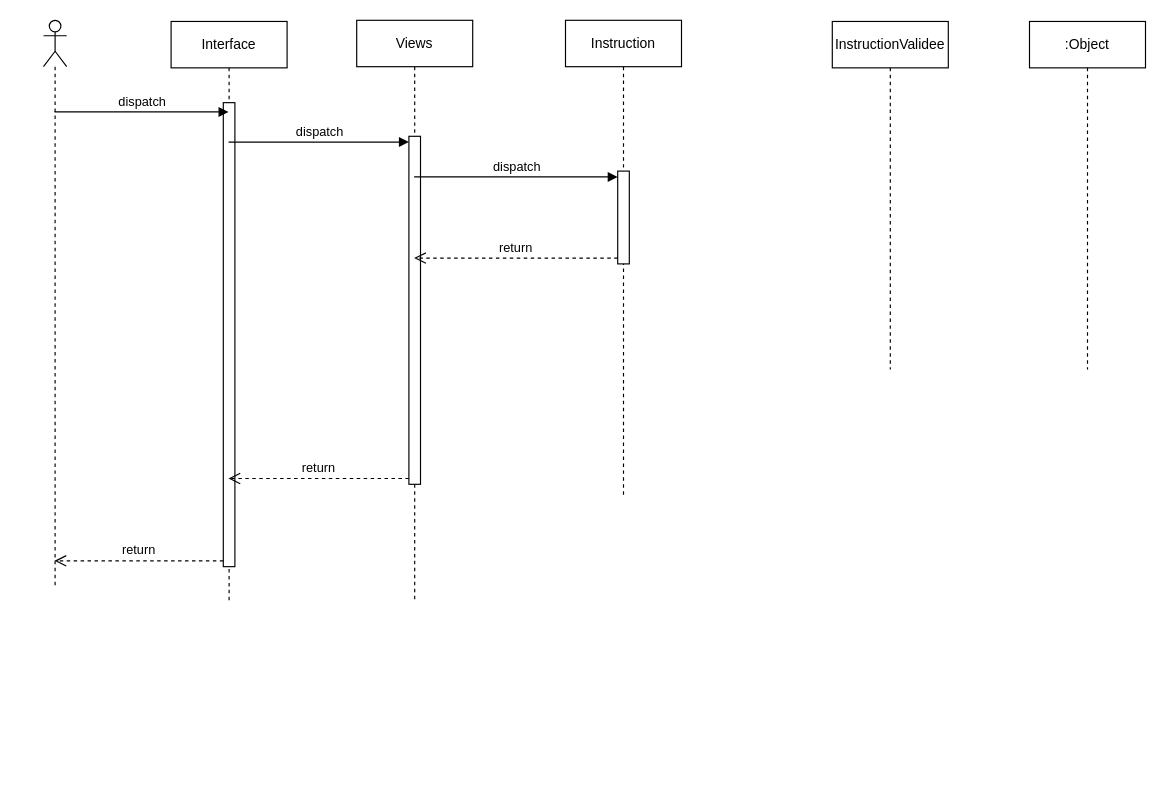
The draw.io diagram seq_consulter_iglob.drawio in CabrelFeukeng/pp, before the edit. Source tidied: cells renumbered, new cells numbered last; positions are measured from the earlier drawing's top-left corner, leaving out a move shared by most shapes. Both pictures are drawn from the tidied source at 116%, with x=0, y=0 at pixel (43, 20).
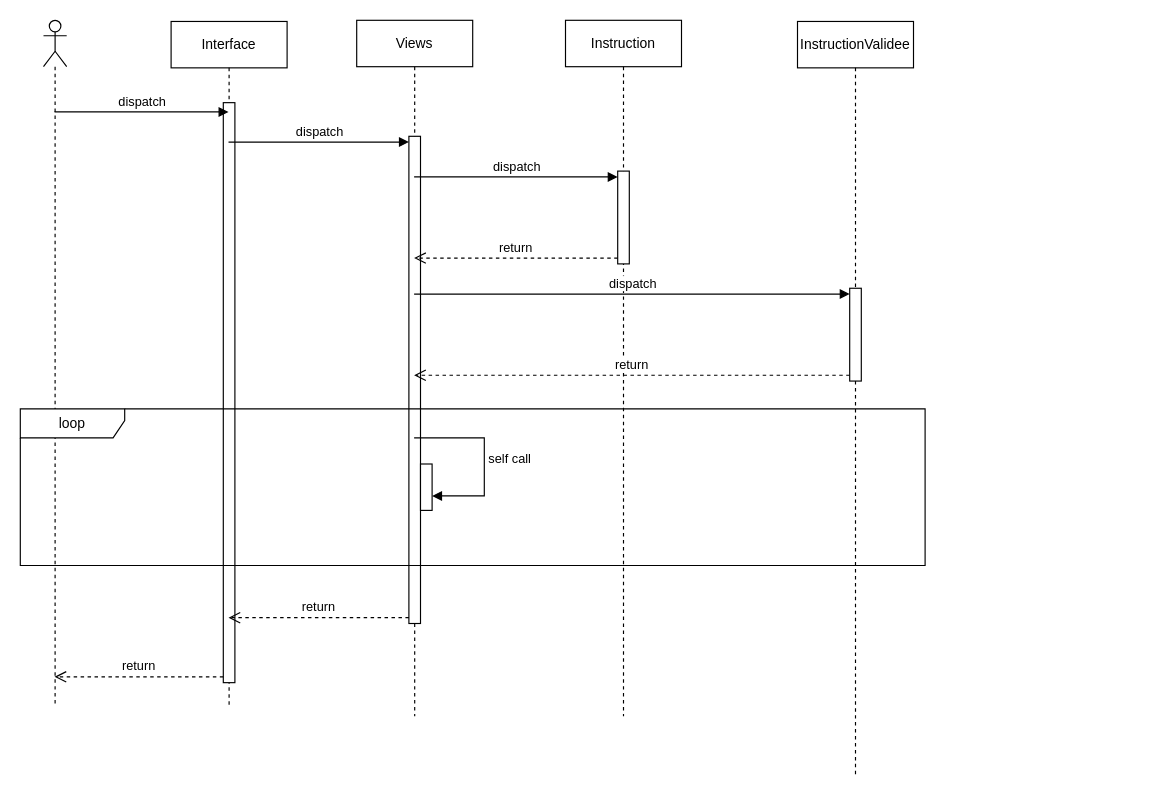
Above is the later version.

Commit message (it also covers changes not shown here):
Mettre à jour seq_consulter_iglob.drawio

What changed in the source:
```diff
@@
     <mxCell id="2" style="shape=umlLifeline;perimeter=lifelinePerimeter;whiteSpace=wrap;html=1;outlineConnect=0;portConstraint=eastwest;newEdgeStyle={&quot;curved&quot;:0,&quot;rounded&quot;:0};participant=umlActor;" parent="1" vertex="1">
-      <mxGeometry width="20" height="490" as="geometry" />
+      <mxGeometry width="20" height="590" as="geometry" />
     </mxCell>
     <mxCell id="3" value="Interface" style="shape=umlLifeline;perimeter=lifelinePerimeter;whiteSpace=wrap;html=1;outlineConnect=0;portConstraint=eastwest;newEdgeStyle={&quot;curved&quot;:0,&quot;rounded&quot;:0};" parent="1" vertex="1">
-      <mxGeometry x="110" y="1" width="100" height="500" as="geometry" />
+      <mxGeometry x="110" y="1" width="100" height="589" as="geometry" />
     </mxCell>
     <mxCell id="4" style="html=1;points=[[0,0,0,0,5],[0,1,0,0,-5],[1,0,0,0,5],[1,1,0,0,-5]];perimeter=orthogonalPerimeter;outlineConnect=0;targetShapes=umlLifeline;portConstraint=eastwest;newEdgeStyle={&quot;curved&quot;:0,&quot;rounded&quot;:0};" parent="3" vertex="1">
-      <mxGeometry x="45" y="70" width="10" height="400" as="geometry" />
+      <mxGeometry x="45" y="70" width="10" height="500" as="geometry" />
     </mxCell>
     <mxCell id="5" value="Views" style="shape=umlLifeline;perimeter=lifelinePerimeter;whiteSpace=wrap;html=1;outlineConnect=0;portConstraint=eastwest;newEdgeStyle={&quot;curved&quot;:0,&quot;rounded&quot;:0};" parent="1" vertex="1">
-      <mxGeometry x="270" width="100" height="500" as="geometry" />
+      <mxGeometry x="270" width="100" height="600" as="geometry" />
     </mxCell>
     <mxCell id="6" style="html=1;points=[[0,0,0,0,5],[0,1,0,0,-5],[1,0,0,0,5],[1,1,0,0,-5]];perimeter=orthogonalPerimeter;outlineConnect=0;targetShapes=umlLifeline;portConstraint=eastwest;newEdgeStyle={&quot;curved&quot;:0,&quot;rounded&quot;:0};" parent="5" vertex="1">
-      <mxGeometry x="45" y="100" width="10" height="300" as="geometry" />
+      <mxGeometry x="45" y="100" width="10" height="420" as="geometry" />
     </mxCell>
     <mxCell id="7" value="Instruction" style="shape=umlLifeline;perimeter=lifelinePerimeter;whiteSpace=wrap;html=1;newEdgeStyle={&quot;curved&quot;:0,&quot;rounded&quot;:0};" parent="1" vertex="1">
-      <mxGeometry x="450" width="100" height="410" as="geometry" />
+      <mxGeometry x="450" width="100" height="600" as="geometry" />
     </mxCell>
@@
     <mxCell id="9" value="InstructionValidee" style="shape=umlLifeline;perimeter=lifelinePerimeter;whiteSpace=wrap;html=1;newEdgeStyle={&quot;curved&quot;:0,&quot;rounded&quot;:0};" parent="1" vertex="1">
-      <mxGeometry x="680" y="1" width="100" height="300" as="geometry" />
+      <mxGeometry x="650" y="1" width="100" height="649" as="geometry" />
     </mxCell>
-    <mxCell id="10" value=":Object" style="shape=umlLifeline;perimeter=lifelinePerimeter;whiteSpace=wrap;html=1;newEdgeStyle={&quot;curved&quot;:0,&quot;rounded&quot;:0};" parent="1" vertex="1">
-      <mxGeometry x="850" y="1" width="100" height="300" as="geometry" />
-    </mxCell>
+    <mxCell id="17" style="html=1;points=[[0,0,0,0,5],[0,1,0,0,-5],[1,0,0,0,5],[1,1,0,0,-5]];perimeter=orthogonalPerimeter;outlineConnect=0;targetShapes=umlLifeline;portConstraint=eastwest;newEdgeStyle={&quot;curved&quot;:0,&quot;rounded&quot;:0};" parent="9" vertex="1">
+      <mxGeometry x="45" y="230" width="10" height="80" as="geometry" />
+    </mxCell>
@@
-    <mxCell id="14" value="return" style="html=1;verticalAlign=bottom;endArrow=open;dashed=1;endSize=8;curved=0;rounded=0;exitX=0;exitY=1;exitDx=0;exitDy=-5;" parent="1" edge="1" source="6" target="3">
-      <mxGeometry relative="1" as="geometry" />
-    </mxCell>
@@
+    <mxCell id="18" value="dispatch" style="html=1;verticalAlign=bottom;endArrow=block;curved=0;rounded=0;entryX=0;entryY=0;entryDx=0;entryDy=5;" parent="1" edge="1" source="5" target="17">
+      <mxGeometry relative="1" as="geometry" />
+    </mxCell>
+    <mxCell id="14" value="return" style="html=1;verticalAlign=bottom;endArrow=open;dashed=1;endSize=8;curved=0;rounded=0;exitX=0;exitY=1;exitDx=0;exitDy=-5;" parent="1" edge="1" source="17" target="5">
+      <mxGeometry relative="1" as="geometry" />
+    </mxCell>
+    <mxCell id="19" value="loop" style="shape=umlFrame;whiteSpace=wrap;html=1;width=90;height=25;" parent="1" vertex="1">
+      <mxGeometry x="-20" y="335" width="780" height="135" as="geometry" />
+    </mxCell>
+    <mxCell id="20" style="html=1;points=[[0,0,0,0,5],[0,1,0,0,-5],[1,0,0,0,5],[1,1,0,0,-5]];perimeter=orthogonalPerimeter;outlineConnect=0;targetShapes=umlLifeline;portConstraint=eastwest;newEdgeStyle={&quot;curved&quot;:0,&quot;rounded&quot;:0};" parent="19" vertex="1">
+      <mxGeometry x="345" y="47.5" width="10" height="40" as="geometry" />
+    </mxCell>
+    <mxCell id="21" value="self call" style="html=1;align=left;spacingLeft=2;endArrow=block;rounded=0;edgeStyle=orthogonalEdgeStyle;curved=0;rounded=0;" parent="1" edge="1" source="5" target="20">
+      <mxGeometry relative="1" as="geometry">
+        <Array as="points">
+          <mxPoint x="380" y="360" />
+          <mxPoint x="380" y="410" />
+        </Array>
+      </mxGeometry>
+    </mxCell>
+    <mxCell id="22" value="return" style="html=1;verticalAlign=bottom;endArrow=open;dashed=1;endSize=8;curved=0;rounded=0;exitX=0;exitY=1;exitDx=0;exitDy=-5;exitPerimeter=0;" parent="1" edge="1" source="6" target="3">
+      <mxGeometry relative="1" as="geometry" />
+    </mxCell>
```
